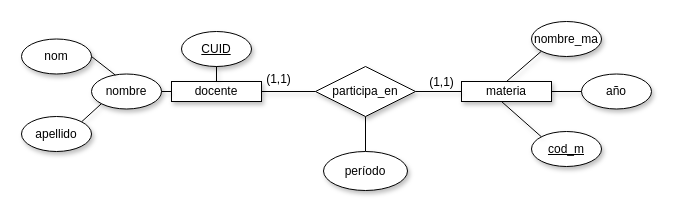
Before: page "Página-3" (3 of 4) of profesorescompañerosEJa2.drawio in AslanGuzman/juego-secreto, a draw.io diagram. Source tidied: cells renumbered, new cells numbered last; positions are measured from the earlier drawing's top-left corner, leaving out a move shared by most shapes. Both pictures are drawn from the tidied source at 100%, with x=0, y=0 at pixel (21, 21).
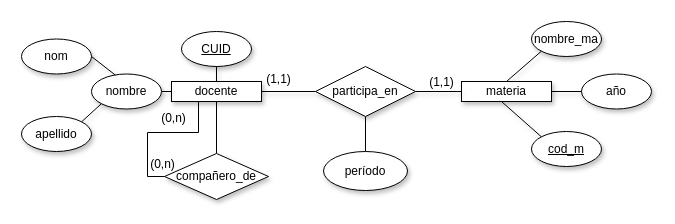
The same diagram, later.

Unchanged cells that the change refers to:
```xml
<mxCell id="3" value="docente" style="rounded=0;whiteSpace=wrap;html=1;shadow=1;" parent="1" vertex="1">
  <mxGeometry x="150" y="60" width="90" height="20" as="geometry" />
</mxCell>
```

Diff of the diagram source:
```diff
@@
+    <mxCell id="26" style="edgeStyle=orthogonalEdgeStyle;rounded=0;jettySize=auto;html=1;endArrow=none;startFill=0;" parent="1" edge="1" source="3" target="28">
+      <mxGeometry relative="1" as="geometry" />
+    </mxCell>
@@
+    <mxCell id="27" style="edgeStyle=orthogonalEdgeStyle;rounded=0;jettySize=auto;html=1;exitX=0;exitY=0.5;exitDx=0;exitDy=0;endArrow=none;startFill=0;" parent="1" edge="1" source="28">
+      <mxGeometry relative="1" as="geometry">
+        <mxPoint x="177" y="80" as="targetPoint" />
+        <Array as="points">
+          <mxPoint x="126" y="155" />
+          <mxPoint x="126" y="111" />
+          <mxPoint x="177" y="111" />
+        </Array>
+      </mxGeometry>
+    </mxCell>
+    <mxCell id="28" value="compañero_de" style="rhombus;whiteSpace=wrap;html=1;rounded=0;shadow=1;" parent="1" vertex="1">
+      <mxGeometry x="143" y="132" width="104" height="46" as="geometry" />
+    </mxCell>
+    <mxCell id="29" value="(0,n)" style="text;html=1;align=center;verticalAlign=middle;strokeColor=none;fillColor=none;" parent="1" vertex="1">
+      <mxGeometry x="130" y="84" width="43" height="26" as="geometry" />
+    </mxCell>
+    <mxCell id="30" value="(0,n)" style="text;html=1;align=center;verticalAlign=middle;strokeColor=none;fillColor=none;" parent="1" vertex="1">
+      <mxGeometry x="119" y="130" width="43" height="26" as="geometry" />
+    </mxCell>
```
